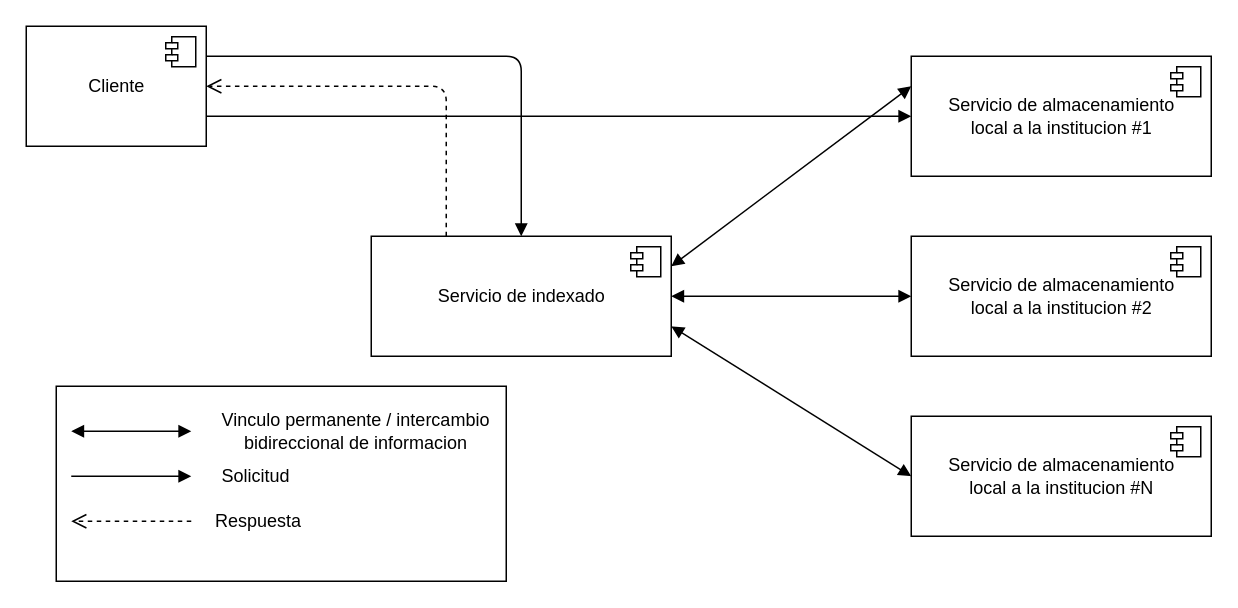
Above: page "Arquitectura general" (1 of 3) of docs/diagramas/tf.drawio in mredolatti/tf (draw.io), before the change. Source tidied: cells renumbered, new cells numbered last; positions are measured from the earlier drawing's top-left corner, leaving out a move shared by most shapes. Both pictures are drawn from the tidied source at 150%, with x=0, y=0 at pixel (26, 26).
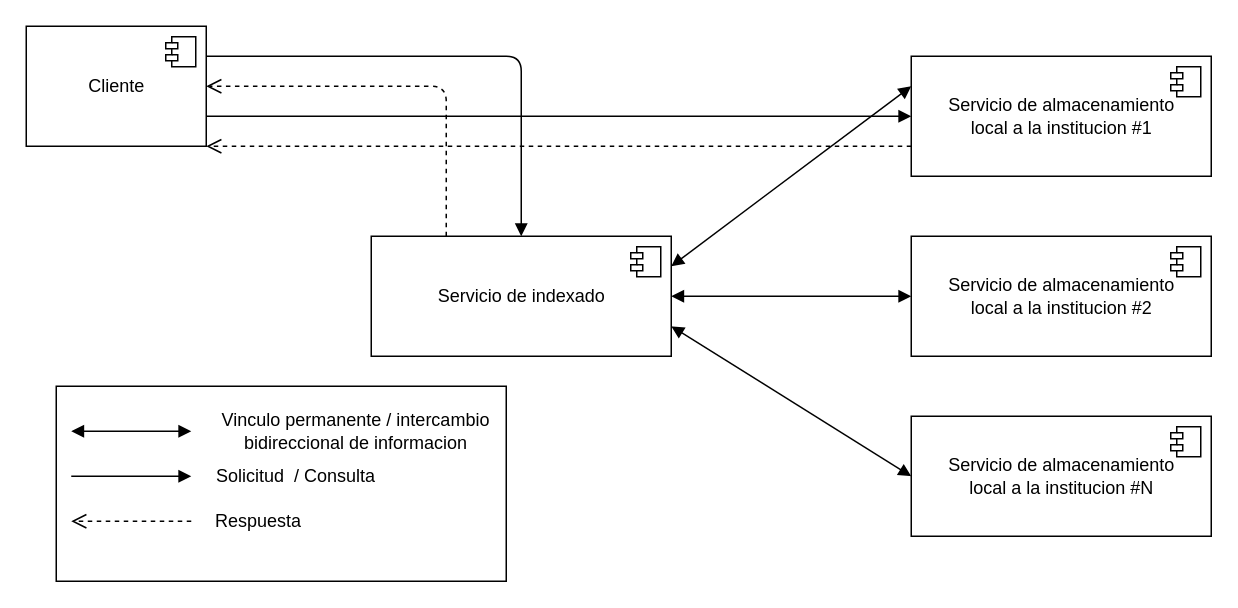
After the change.

Unchanged cells that the change refers to:
```xml
<mxCell id="4" value="Servicio de almacenamiento&lt;br&gt;local a la institucion #1" style="html=1;" parent="1" vertex="1">
  <mxGeometry x="590" y="20" width="200" height="80" as="geometry" />
</mxCell>
<mxCell id="13" value="Cliente" style="html=1;" parent="1" vertex="1">
  <mxGeometry width="120" height="80" as="geometry" />
</mxCell>
<mxCell id="19" style="group;" parent="18" vertex="1">
  <mxGeometry width="300" height="130" as="geometry" />
</mxCell>
```

What changed in the source:
```diff
@@
-    <mxCell id="26" value="Solicitud&amp;nbsp;" style="text;html=1;strokeColor=none;fillColor=none;align=center;verticalAlign=middle;whiteSpace=wrap;rounded=0;" parent="19" vertex="1">
-      <mxGeometry x="100" y="45" width="70" height="30" as="geometry" />
+    <mxCell id="26" value="Solicitud&amp;nbsp; / Consulta" style="text;html=1;strokeColor=none;fillColor=none;align=center;verticalAlign=middle;whiteSpace=wrap;rounded=0;" parent="19" vertex="1">
+      <mxGeometry x="100" y="45" width="120" height="30" as="geometry" />
     </mxCell>
+    <mxCell id="27" style="html=1;verticalAlign=bottom;endArrow=open;dashed=1;endSize=8;exitX=0;exitY=0.75;exitDx=0;exitDy=0;entryX=1;entryY=1;entryDx=0;entryDy=0;" parent="1" edge="1" source="4" target="13">
+      <mxGeometry relative="1" as="geometry">
+        <Array as="points">
+          <mxPoint x="490" y="80" />
+        </Array>
+      </mxGeometry>
+    </mxCell>
```
